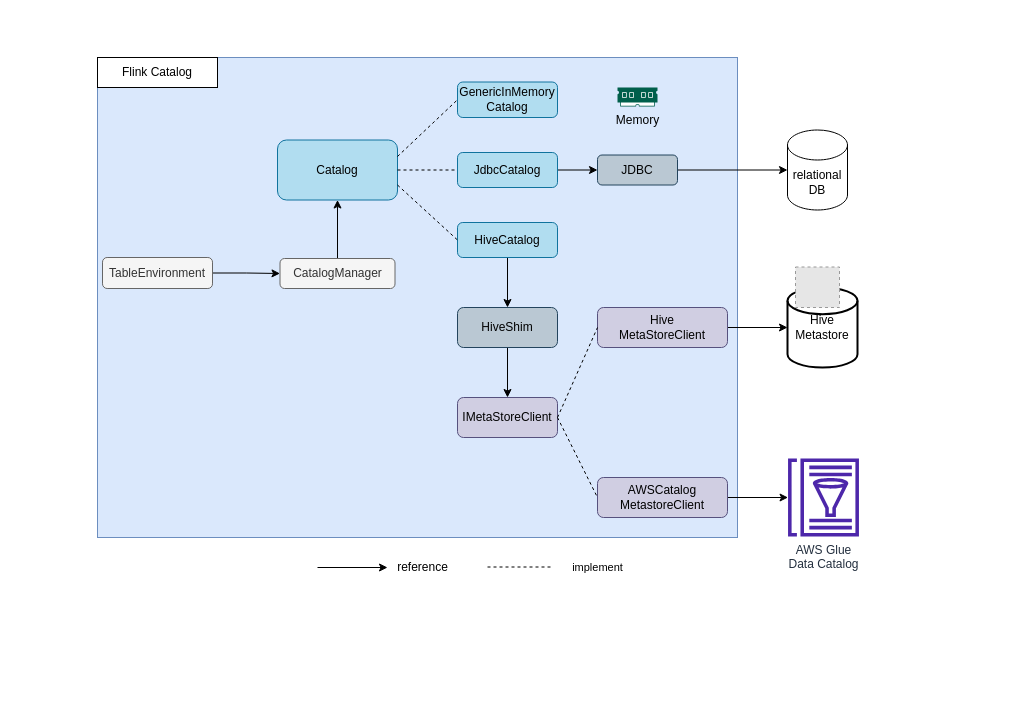
The draw.io diagram Flink Glue Architecture.drawio in leejianwei/aws-diagram, before the edit. Source tidied: cells renumbered, new cells numbered last; positions are measured from the earlier drawing's top-left corner, leaving out a move shared by most shapes. Both pictures are drawn from the tidied source at 100%, with x=0, y=0 at pixel (97, 57). Pictures stored in the file or linked from it are replaced by grey dashed boxes.
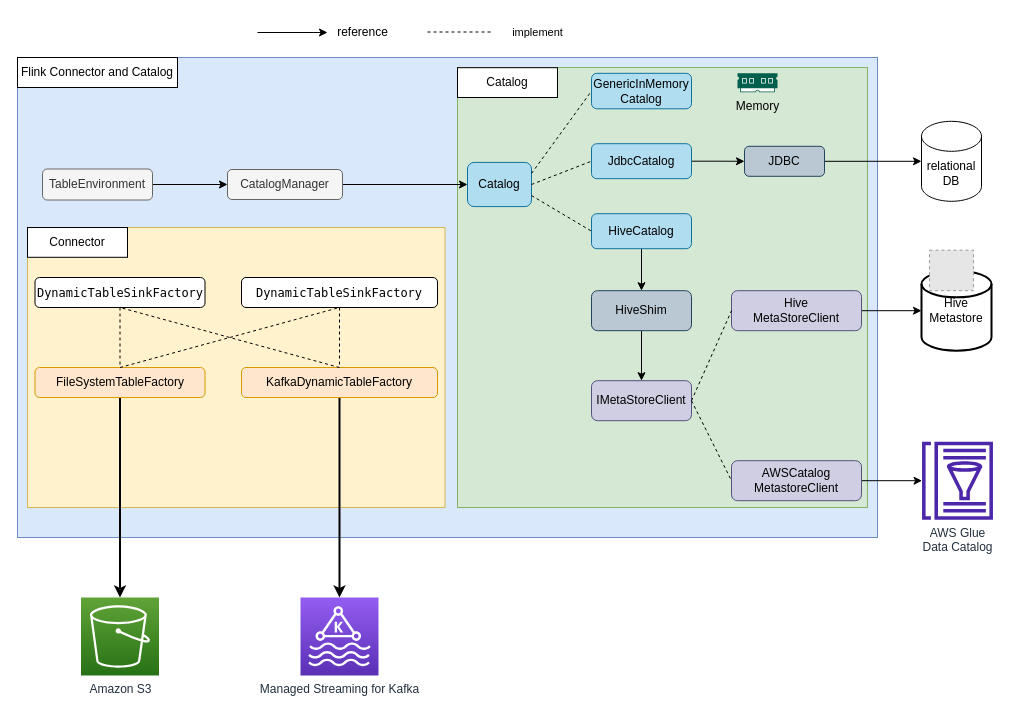
The same page after the edit.

Diff of the diagram source:
```diff
@@
-    <mxCell id="2" style="rounded=0;whiteSpace=wrap;html=1;align=left;fillColor=#dae8fc;strokeColor=#6c8ebf;" parent="1" vertex="1">
-      <mxGeometry width="640" height="480" as="geometry" />
+    <mxCell id="2" style="rounded=0;whiteSpace=wrap;html=1;align=left;fillColor=#dae8fc;strokeColor=#6c8ebf;fontColor=default;labelBackgroundColor=default;" parent="1" vertex="1">
+      <mxGeometry x="-80" width="860" height="480" as="geometry" />
     </mxCell>
+    <mxCell id="36" style="rounded=0;whiteSpace=wrap;html=1;labelBackgroundColor=default;strokeColor=#d6b656;fillColor=#fff2cc;" parent="1" vertex="1">
+      <mxGeometry x="-70" y="170" width="417.5" height="280" as="geometry" />
+    </mxCell>
+    <mxCell id="37" style="rounded=0;whiteSpace=wrap;html=1;labelBackgroundColor=default;strokeColor=#82b366;fillColor=#d5e8d4;" parent="1" vertex="1">
+      <mxGeometry x="360" y="10" width="410" height="440" as="geometry" />
+    </mxCell>
@@
     <mxCell id="4" value="TableEnvironment" style="rounded=1;whiteSpace=wrap;html=1;fillColor=#f5f5f5;fontColor=#333333;strokeColor=#666666;" parent="1" vertex="1">
-      <mxGeometry x="5" y="200" width="110" height="31" as="geometry" />
+      <mxGeometry x="-55" y="111.5" width="110" height="31" as="geometry" />
     </mxCell>
-    <mxCell id="5" style="edgeStyle=orthogonalEdgeStyle;rounded=0;jettySize=auto;html=1;fontColor=none;" parent="1" edge="1" source="6" target="7">
+    <mxCell id="5" style="edgeStyle=orthogonalEdgeStyle;rounded=0;jettySize=auto;html=1;fontColor=default;exitX=1;exitY=0.5;exitDx=0;exitDy=0;entryX=0;entryY=0.5;entryDx=0;entryDy=0;" parent="1" edge="1" source="6" target="7">
       <mxGeometry relative="1" as="geometry" />
     </mxCell>
     <mxCell id="6" value="CatalogManager" style="rounded=1;whiteSpace=wrap;html=1;fillColor=#f5f5f5;fontColor=#333333;strokeColor=#666666;" parent="1" vertex="1">
-      <mxGeometry x="182.5" y="201" width="115" height="30" as="geometry" />
+      <mxGeometry x="130" y="112" width="115" height="30" as="geometry" />
     </mxCell>
     <mxCell id="7" value="Catalog" style="rounded=1;whiteSpace=wrap;html=1;fillColor=#b1ddf0;strokeColor=#10739e;" parent="1" vertex="1">
-      <mxGeometry x="180" y="82.5" width="120" height="60" as="geometry" />
+      <mxGeometry x="370" y="104.9" width="64" height="44.2" as="geometry" />
     </mxCell>
     <mxCell id="8" value="GenericInMemory&lt;br&gt;Catalog" style="rounded=1;whiteSpace=wrap;html=1;fillColor=#b1ddf0;strokeColor=#10739e;" parent="1" vertex="1">
-      <mxGeometry x="360" y="24.5" width="100" height="35.5" as="geometry" />
+      <mxGeometry x="494" y="15.8" width="100" height="35.5" as="geometry" />
     </mxCell>
@@
     <mxCell id="10" value="JdbcCatalog" style="rounded=1;whiteSpace=wrap;html=1;fillColor=#b1ddf0;strokeColor=#10739e;" parent="1" vertex="1">
-      <mxGeometry x="360" y="95" width="100" height="35" as="geometry" />
+      <mxGeometry x="494" y="86.2" width="100" height="35" as="geometry" />
     </mxCell>
@@
     <mxCell id="12" value="HiveCatalog" style="rounded=1;whiteSpace=wrap;html=1;fillColor=#b1ddf0;strokeColor=#10739e;" parent="1" vertex="1">
-      <mxGeometry x="360" y="165" width="100" height="35" as="geometry" />
+      <mxGeometry x="494" y="156.2" width="100" height="35" as="geometry" />
     </mxCell>
-    <mxCell id="13" value="Flink Catalog" style="rounded=0;whiteSpace=wrap;html=1;fontColor=none;" parent="1" vertex="1">
-      <mxGeometry width="120" height="30" as="geometry" />
+    <mxCell id="13" value="Flink Connector and Catalog" style="rounded=0;whiteSpace=wrap;html=1;fontColor=none;" parent="1" vertex="1">
+      <mxGeometry x="-80" width="160" height="30" as="geometry" />
     </mxCell>
     <mxCell id="14" value="Memory" style="sketch=0;shadow=0;dashed=0;html=1;strokeColor=none;fillColor=#005F4B;labelPosition=center;verticalLabelPosition=bottom;verticalAlign=top;align=center;shape=mxgraph.veeam2.ram;fontColor=none;" parent="1" vertex="1">
-      <mxGeometry x="520" y="30" width="40" height="19" as="geometry" />
+      <mxGeometry x="640" y="15.8" width="40" height="19" as="geometry" />
     </mxCell>
     <mxCell id="15" value="relational DB" style="shape=cylinder3;whiteSpace=wrap;html=1;boundedLbl=1;backgroundOutline=1;size=15;fontColor=none;" parent="1" vertex="1">
-      <mxGeometry x="690" y="72.5" width="60" height="80" as="geometry" />
+      <mxGeometry x="824" y="63.8" width="60" height="80" as="geometry" />
     </mxCell>
@@
     <mxCell id="17" value="HiveShim" style="rounded=1;whiteSpace=wrap;html=1;fillColor=#bac8d3;strokeColor=#23445d;" parent="1" vertex="1">
-      <mxGeometry x="360" y="250" width="100" height="40" as="geometry" />
+      <mxGeometry x="494" y="233.2" width="100" height="40" as="geometry" />
     </mxCell>
@@
     <mxCell id="19" value="JDBC" style="rounded=1;whiteSpace=wrap;html=1;fillColor=#bac8d3;strokeColor=#23445d;" parent="1" vertex="1">
-      <mxGeometry x="500" y="97.5" width="80" height="30" as="geometry" />
+      <mxGeometry x="647" y="88.8" width="80" height="30" as="geometry" />
     </mxCell>
-    <mxCell id="20" style="endArrow=none;dashed=1;html=1;rounded=0;fontColor=none;entryX=0;entryY=0.5;entryDx=0;entryDy=0;" parent="1" edge="1" target="8">
-      <mxGeometry relative="1" as="geometry">
-        <mxPoint x="300" y="99" as="sourcePoint" />
-      </mxGeometry>
+    <mxCell id="20" style="endArrow=none;dashed=1;html=1;rounded=0;fontColor=none;entryX=0;entryY=0.5;entryDx=0;entryDy=0;exitX=1;exitY=0.25;exitDx=0;exitDy=0;" parent="1" edge="1" source="7" target="8">
+      <mxGeometry relative="1" as="geometry" />
     </mxCell>
@@
     <mxCell id="23" value="Hive Metastore" style="strokeWidth=2;html=1;shape=mxgraph.flowchart.database;whiteSpace=wrap;fontColor=none;" parent="1" vertex="1">
-      <mxGeometry x="690" y="230" width="70" height="80" as="geometry" />
+      <mxGeometry x="824" y="213.2" width="70" height="80" as="geometry" />
     </mxCell>
     <mxCell id="24" value="IMetaStoreClient" style="rounded=1;whiteSpace=wrap;html=1;fillColor=#d0cee2;strokeColor=#56517e;" parent="1" vertex="1">
-      <mxGeometry x="360" y="340" width="100" height="40" as="geometry" />
+      <mxGeometry x="494" y="323.2" width="100" height="40" as="geometry" />
     </mxCell>
@@
     <mxCell id="26" value="AWSCatalog&lt;br&gt;MetastoreClient" style="rounded=1;whiteSpace=wrap;html=1;fillColor=#d0cee2;strokeColor=#56517e;" parent="1" vertex="1">
-      <mxGeometry x="500" y="420" width="130" height="40" as="geometry" />
+      <mxGeometry x="634" y="403.2" width="130" height="40" as="geometry" />
     </mxCell>
@@
     <mxCell id="28" value="Hive&lt;br&gt;MetaStoreClient" style="rounded=1;whiteSpace=wrap;html=1;fillColor=#d0cee2;strokeColor=#56517e;" parent="1" vertex="1">
-      <mxGeometry x="500" y="250" width="130" height="40" as="geometry" />
+      <mxGeometry x="634" y="233.2" width="130" height="40" as="geometry" />
     </mxCell>
@@
     <mxCell id="31" value="AWS Glue &lt;br&gt;Data Catalog" style="sketch=0;outlineConnect=0;fontColor=#232F3E;gradientColor=none;fillColor=#4D27AA;strokeColor=none;dashed=0;verticalLabelPosition=bottom;verticalAlign=top;align=center;html=1;fontSize=12;fontStyle=0;shape=mxgraph.aws4.glue_data_catalog;" parent="1" vertex="1">
-      <mxGeometry x="690" y="401" width="72" height="78" as="geometry" />
+      <mxGeometry x="824" y="384.2" width="72" height="78" as="geometry" />
     </mxCell>
     <mxCell id="32" style="endArrow=classic;html=1;rounded=0;fontColor=none;" parent="1" edge="1">
       <mxGeometry relative="1" as="geometry">
-        <mxPoint x="220" y="510" as="sourcePoint" />
-        <mxPoint x="290" y="510" as="targetPoint" />
+        <mxPoint x="160" y="-25" as="sourcePoint" />
+        <mxPoint x="230" y="-25" as="targetPoint" />
       </mxGeometry>
     </mxCell>
     <mxCell id="33" value="reference" style="text;html=1;align=center;verticalAlign=middle;strokeColor=none;fillColor=none;fontColor=none;" parent="1" vertex="1">
-      <mxGeometry x="290" y="495" width="70" height="30" as="geometry" />
+      <mxGeometry x="230" y="-40" width="70" height="30" as="geometry" />
     </mxCell>
     <mxCell id="34" value="implement" style="endArrow=none;dashed=1;html=1;rounded=0;fontColor=none;" parent="1" edge="1">
       <mxGeometry x="1" y="45" relative="1" as="geometry">
-        <mxPoint x="390" y="509.5" as="sourcePoint" />
-        <mxPoint x="455" y="509.5" as="targetPoint" />
+        <mxPoint x="330" y="-25.5" as="sourcePoint" />
+        <mxPoint x="395" y="-25.5" as="targetPoint" />
         <mxPoint x="45" y="45" as="offset" />
       </mxGeometry>
     </mxCell>
     <mxCell id="35" style="fillColor=#E6E6E6;strokeColor=#999999;dashed=1;verticalLabelPosition=bottom;labelBackgroundColor=default;verticalAlign=top;" parent="1" vertex="1">
-      <mxGeometry x="698" y="209.5" width="44" height="40.5" as="geometry" />
+      <mxGeometry x="832" y="192.7" width="44" height="40.5" as="geometry" />
     </mxCell>
+    <mxCell id="38" style="edgeStyle=orthogonalEdgeStyle;rounded=0;jettySize=auto;html=1;entryX=0.5;entryY=0;entryDx=0;entryDy=0;fontColor=default;dashed=1;endArrow=none;endFill=0;" parent="1" edge="1" source="39" target="43">
+      <mxGeometry relative="1" as="geometry" />
+    </mxCell>
+    <mxCell id="39" value="&lt;div style=&quot;font-family: Menlo, Monaco, &amp;quot;Courier New&amp;quot;, monospace; line-height: 18px;&quot;&gt;DynamicTableSinkFactory&lt;/div&gt;" style="rounded=1;whiteSpace=wrap;html=1;fontColor=default;strokeColor=default;labelBackgroundColor=none;" parent="1" vertex="1">
+      <mxGeometry x="-62.5" y="220" width="170" height="30" as="geometry" />
+    </mxCell>
+    <mxCell id="40" style="edgeStyle=orthogonalEdgeStyle;rounded=0;jettySize=auto;html=1;entryX=0.5;entryY=0;entryDx=0;entryDy=0;dashed=1;fontColor=default;endArrow=none;endFill=0;" parent="1" edge="1" source="41" target="45">
+      <mxGeometry relative="1" as="geometry" />
+    </mxCell>
+    <mxCell id="41" value="&lt;div style=&quot;font-family: Menlo, Monaco, &amp;quot;Courier New&amp;quot;, monospace; line-height: 18px;&quot;&gt;DynamicTableSinkFactory&lt;/div&gt;" style="rounded=1;whiteSpace=wrap;html=1;fontColor=default;strokeColor=default;labelBackgroundColor=none;" parent="1" vertex="1">
+      <mxGeometry x="144" y="220" width="196" height="30" as="geometry" />
+    </mxCell>
+    <mxCell id="42" style="edgeStyle=orthogonalEdgeStyle;rounded=0;jettySize=auto;html=1;entryX=0.5;entryY=0;entryDx=0;entryDy=0;entryPerimeter=0;fontColor=default;endArrow=classic;endFill=1;strokeWidth=2;" parent="1" edge="1" source="43" target="48">
+      <mxGeometry relative="1" as="geometry" />
+    </mxCell>
+    <mxCell id="43" value="FileSystemTableFactory" style="rounded=1;whiteSpace=wrap;strokeColor=#d79b00;labelBackgroundColor=none;fillColor=#ffe6cc;" parent="1" vertex="1">
+      <mxGeometry x="-62.5" y="310" width="170" height="30" as="geometry" />
+    </mxCell>
+    <mxCell id="44" style="edgeStyle=orthogonalEdgeStyle;rounded=0;jettySize=auto;html=1;exitX=0.5;exitY=1;exitDx=0;exitDy=0;strokeWidth=2;fontColor=default;endArrow=classic;endFill=1;" parent="1" edge="1" source="45" target="49">
+      <mxGeometry relative="1" as="geometry" />
+    </mxCell>
+    <mxCell id="45" value="KafkaDynamicTableFactory" style="rounded=1;whiteSpace=wrap;strokeColor=#d79b00;labelBackgroundColor=none;fillColor=#ffe6cc;" parent="1" vertex="1">
+      <mxGeometry x="144" y="310" width="196" height="30" as="geometry" />
+    </mxCell>
+    <mxCell id="46" style="endArrow=none;dashed=1;html=1;rounded=0;fontColor=default;entryX=0.5;entryY=1;entryDx=0;entryDy=0;exitX=0.5;exitY=0;exitDx=0;exitDy=0;" parent="1" edge="1" source="43" target="41">
+      <mxGeometry relative="1" as="geometry" />
+    </mxCell>
+    <mxCell id="47" style="endArrow=none;dashed=1;html=1;rounded=0;fontColor=default;entryX=0.5;entryY=1;entryDx=0;entryDy=0;exitX=0.5;exitY=0;exitDx=0;exitDy=0;" parent="1" edge="1" source="45" target="39">
+      <mxGeometry relative="1" as="geometry" />
+    </mxCell>
+    <mxCell id="48" value="Amazon S3" style="sketch=0;points=[[0,0,0],[0.25,0,0],[0.5,0,0],[0.75,0,0],[1,0,0],[0,1,0],[0.25,1,0],[0.5,1,0],[0.75,1,0],[1,1,0],[0,0.25,0],[0,0.5,0],[0,0.75,0],[1,0.25,0],[1,0.5,0],[1,0.75,0]];outlineConnect=0;fontColor=#232F3E;gradientColor=#60A337;gradientDirection=north;fillColor=#277116;strokeColor=#ffffff;dashed=0;verticalLabelPosition=bottom;verticalAlign=top;align=center;html=1;fontSize=12;fontStyle=0;shape=mxgraph.aws4.resourceIcon;resIcon=mxgraph.aws4.s3;labelBackgroundColor=default;" parent="1" vertex="1">
+      <mxGeometry x="-16.5" y="540" width="78" height="78" as="geometry" />
+    </mxCell>
+    <mxCell id="49" value="Managed Streaming for Kafka" style="sketch=0;points=[[0,0,0],[0.25,0,0],[0.5,0,0],[0.75,0,0],[1,0,0],[0,1,0],[0.25,1,0],[0.5,1,0],[0.75,1,0],[1,1,0],[0,0.25,0],[0,0.5,0],[0,0.75,0],[1,0.25,0],[1,0.5,0],[1,0.75,0]];outlineConnect=0;fontColor=#232F3E;gradientColor=#945DF2;gradientDirection=north;fillColor=#5A30B5;strokeColor=#ffffff;dashed=0;verticalLabelPosition=bottom;verticalAlign=top;align=center;html=1;fontSize=12;fontStyle=0;shape=mxgraph.aws4.resourceIcon;resIcon=mxgraph.aws4.managed_streaming_for_kafka;labelBackgroundColor=default;" parent="1" vertex="1">
+      <mxGeometry x="203" y="540" width="78" height="78" as="geometry" />
+    </mxCell>
+    <mxCell id="50" value="Catalog" style="rounded=0;whiteSpace=wrap;html=1;fontColor=none;" parent="1" vertex="1">
+      <mxGeometry x="360" y="10.2" width="100" height="29.8" as="geometry" />
+    </mxCell>
+    <mxCell id="51" value="Connector" style="rounded=0;whiteSpace=wrap;html=1;fontColor=none;" parent="1" vertex="1">
+      <mxGeometry x="-70" y="170" width="100" height="29.8" as="geometry" />
+    </mxCell>
```
